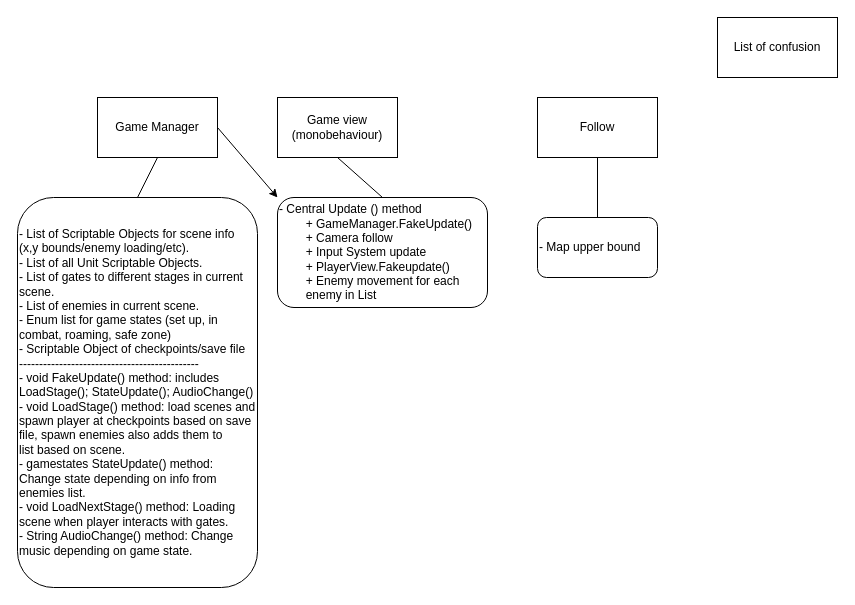
critschris/Attempt-at-Hollow-knight keeps this draw.io diagram as Untitled Diagram.drawio. Above is the earlier version. Source tidied: cells renumbered, new cells numbered last; positions are measured from the earlier drawing's top-left corner, leaving out a move shared by most shapes. Both pictures are drawn from the tidied source at 100%, with x=0, y=0 at pixel (17, 17).
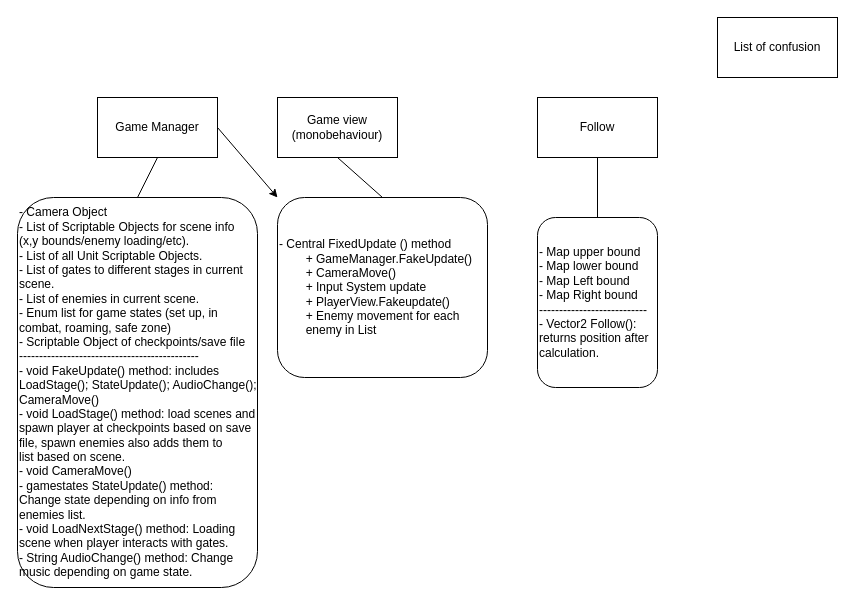
The same page after the edit.

Diff of the diagram source:
```diff
@@
 <mxGraphModel>
   <root>
     <mxCell id="0" />
     <mxCell id="1" parent="0" />
     <mxCell id="2" value="Game Manager" style="rounded=0;whiteSpace=wrap;html=1;" parent="1" vertex="1">
       <mxGeometry x="80" y="80" width="120" height="60" as="geometry" />
     </mxCell>
-    <mxCell id="3" value="&lt;div&gt;- List of Scriptable Objects for scene info (x,y bounds/enemy loading/etc).&lt;/div&gt;&lt;div&gt;- List of all Unit Scriptable Objects.&lt;/div&gt;&lt;div&gt;- List of gates to different stages in current scene.&lt;/div&gt;&lt;div&gt;- List of enemies in current scene.&lt;br&gt;&lt;/div&gt;&lt;div&gt;- Enum list for game states (set up, in combat, roaming, safe zone)&lt;/div&gt;&lt;div&gt;- Scriptable Object of checkpoints/save file&lt;/div&gt;&lt;div&gt;---------------------------------------------&lt;/div&gt;&lt;div&gt;- void FakeUpdate() method: includes LoadStage(); StateUpdate(); AudioChange()&lt;/div&gt;&lt;div&gt;- void LoadStage() method: load scenes and spawn player at checkpoints&amp;nbsp;&lt;span style=&quot;background-color: initial;&quot;&gt;based on save file&lt;/span&gt;&lt;span style=&quot;background-color: initial;&quot;&gt;, spawn enemies also adds them to list&amp;nbsp;&lt;/span&gt;&lt;span style=&quot;background-color: initial;&quot;&gt;based on scene&lt;/span&gt;&lt;span style=&quot;background-color: initial;&quot;&gt;.&lt;/span&gt;&lt;/div&gt;&lt;div&gt;- gamestates StateUpdate() method: Change state depending on info from enemies list.&lt;/div&gt;&lt;div&gt;- void LoadNextStage() method: Loading scene when player interacts with gates.&lt;/div&gt;&lt;div&gt;- String AudioChange() method: Change music depending on game state.&lt;/div&gt;" style="rounded=1;whiteSpace=wrap;html=1;align=left;" parent="1" vertex="1">
+    <mxCell id="3" value="&lt;div&gt;- Camera Object&lt;/div&gt;&lt;div&gt;- List of Scriptable Objects for scene info (x,y bounds/enemy loading/etc).&lt;/div&gt;&lt;div&gt;- List of all Unit Scriptable Objects.&lt;/div&gt;&lt;div&gt;- List of gates to different stages in current scene.&lt;/div&gt;&lt;div&gt;- List of enemies in current scene.&lt;br&gt;&lt;/div&gt;&lt;div&gt;- Enum list for game states (set up, in combat, roaming, safe zone)&lt;/div&gt;&lt;div&gt;- Scriptable Object of checkpoints/save file&lt;/div&gt;&lt;div&gt;---------------------------------------------&lt;/div&gt;&lt;div&gt;- void FakeUpdate() method: includes LoadStage(); StateUpdate(); AudioChange(); CameraMove()&lt;/div&gt;&lt;div&gt;- void LoadStage() method: load scenes and spawn player at checkpoints&amp;nbsp;&lt;span style=&quot;background-color: initial;&quot;&gt;based on save file&lt;/span&gt;&lt;span style=&quot;background-color: initial;&quot;&gt;, spawn enemies also adds them to list&amp;nbsp;&lt;/span&gt;&lt;span style=&quot;background-color: initial;&quot;&gt;based on scene&lt;/span&gt;&lt;span style=&quot;background-color: initial;&quot;&gt;.&lt;/span&gt;&lt;/div&gt;&lt;div&gt;&lt;span style=&quot;background-color: initial;&quot;&gt;- void CameraMove()&lt;/span&gt;&lt;/div&gt;&lt;div&gt;- gamestates StateUpdate() method: Change state depending on info from enemies list.&lt;/div&gt;&lt;div&gt;- void LoadNextStage() method: Loading scene when player interacts with gates.&lt;/div&gt;&lt;div&gt;- String AudioChange() method: Change music depending on game state.&lt;/div&gt;" style="rounded=1;whiteSpace=wrap;html=1;align=left;" parent="1" vertex="1">
       <mxGeometry y="180" width="240" height="390" as="geometry" />
     </mxCell>
     <mxCell id="4" style="endArrow=none;html=1;rounded=0;exitX=0.5;exitY=0;exitDx=0;exitDy=0;entryX=0.5;entryY=1;entryDx=0;entryDy=0;" parent="1" edge="1" source="3" target="2">
       <mxGeometry relative="1" as="geometry" />
     </mxCell>
     <mxCell id="5" value="Game view (monobehaviour)" style="rounded=0;whiteSpace=wrap;html=1;" parent="1" vertex="1">
       <mxGeometry x="260" y="80" width="120" height="60" as="geometry" />
     </mxCell>
-    <mxCell id="6" value="&lt;div&gt;- Central Update () method&lt;/div&gt;&lt;div&gt;&lt;span style=&quot;white-space: pre;&quot;&gt;&#9;&lt;/span&gt;+ GameManager.FakeUpdate()&lt;br&gt;&lt;/div&gt;&lt;div&gt;&lt;span style=&quot;white-space: pre;&quot;&gt;&#9;&lt;/span&gt;+ Camera follow&lt;br&gt;&lt;/div&gt;&lt;div&gt;&lt;span style=&quot;white-space: pre;&quot;&gt;&#9;&lt;/span&gt;+ Input System update&lt;br&gt;&lt;/div&gt;&lt;div&gt;&lt;span style=&quot;white-space: pre;&quot;&gt;&#9;&lt;/span&gt;+ PlayerView.Fakeupdate()&lt;br&gt;&lt;/div&gt;&lt;div&gt;&lt;span style=&quot;white-space: pre;&quot;&gt;&#9;&lt;/span&gt;+ Enemy movement for each &lt;span style=&quot;white-space: pre;&quot;&gt;&#9;&lt;/span&gt;enemy in List&lt;br&gt;&lt;/div&gt;" style="rounded=1;whiteSpace=wrap;html=1;align=left;" parent="1" vertex="1">
-      <mxGeometry x="260" y="180" width="210" height="110" as="geometry" />
+    <mxCell id="6" value="&lt;div&gt;- Central FixedUpdate () method&lt;/div&gt;&lt;div&gt;&lt;span style=&quot;white-space: pre;&quot;&gt;&#9;&lt;/span&gt;+ GameManager.FakeUpdate()&lt;br&gt;&lt;/div&gt;&lt;div&gt;&lt;span style=&quot;white-space: pre;&quot;&gt;&#9;&lt;/span&gt;+ CameraMove()&lt;br&gt;&lt;/div&gt;&lt;div&gt;&lt;span style=&quot;white-space: pre;&quot;&gt;&#9;&lt;/span&gt;+ Input System update&lt;br&gt;&lt;/div&gt;&lt;div&gt;&lt;span style=&quot;white-space: pre;&quot;&gt;&#9;&lt;/span&gt;+ PlayerView.Fakeupdate()&lt;br&gt;&lt;/div&gt;&lt;div&gt;&lt;span style=&quot;white-space: pre;&quot;&gt;&#9;&lt;/span&gt;+ Enemy movement for each &lt;span style=&quot;white-space: pre;&quot;&gt;&#9;&lt;/span&gt;enemy in List&lt;/div&gt;" style="rounded=1;whiteSpace=wrap;html=1;align=left;" parent="1" vertex="1">
+      <mxGeometry x="260" y="180" width="210" height="180" as="geometry" />
     </mxCell>
     <mxCell id="7" style="endArrow=none;html=1;rounded=0;exitX=0.5;exitY=1;exitDx=0;exitDy=0;entryX=0.5;entryY=0;entryDx=0;entryDy=0;" parent="1" edge="1" source="5" target="6">
       <mxGeometry relative="1" as="geometry" />
     </mxCell>
     <mxCell id="8" value="List of confusion" style="rounded=0;whiteSpace=wrap;html=1;" parent="1" vertex="1">
       <mxGeometry x="700" width="120" height="60" as="geometry" />
     </mxCell>
     <mxCell id="9" style="endArrow=classic;html=1;rounded=0;exitX=1;exitY=0.5;exitDx=0;exitDy=0;entryX=0;entryY=0;entryDx=0;entryDy=0;" parent="1" edge="1" source="2" target="6">
       <mxGeometry relative="1" as="geometry" />
     </mxCell>
     <mxCell id="10" value="Follow" style="rounded=0;whiteSpace=wrap;html=1;" parent="1" vertex="1">
       <mxGeometry x="520" y="80" width="120" height="60" as="geometry" />
     </mxCell>
-    <mxCell id="11" value="- Map upper bound" style="rounded=1;whiteSpace=wrap;html=1;align=left;" parent="1" vertex="1">
-      <mxGeometry x="520" y="200" width="120" height="60" as="geometry" />
+    <mxCell id="11" value="- Map upper bound&lt;div&gt;- Map lower bound&lt;/div&gt;&lt;div&gt;- Map Left bound&lt;/div&gt;&lt;div&gt;- Map Right bound&lt;/div&gt;&lt;div&gt;---------------------------&lt;/div&gt;&lt;div&gt;- Vector2 Follow(): returns position after calculation.&lt;/div&gt;" style="rounded=1;whiteSpace=wrap;html=1;align=left;" parent="1" vertex="1">
+      <mxGeometry x="520" y="200" width="120" height="170" as="geometry" />
     </mxCell>
     <mxCell id="12" style="endArrow=none;html=1;rounded=0;exitX=0.5;exitY=0;exitDx=0;exitDy=0;entryX=0.5;entryY=1;entryDx=0;entryDy=0;" parent="1" edge="1" source="11" target="10">
       <mxGeometry relative="1" as="geometry" />
     </mxCell>
   </root>
 </mxGraphModel>
```
